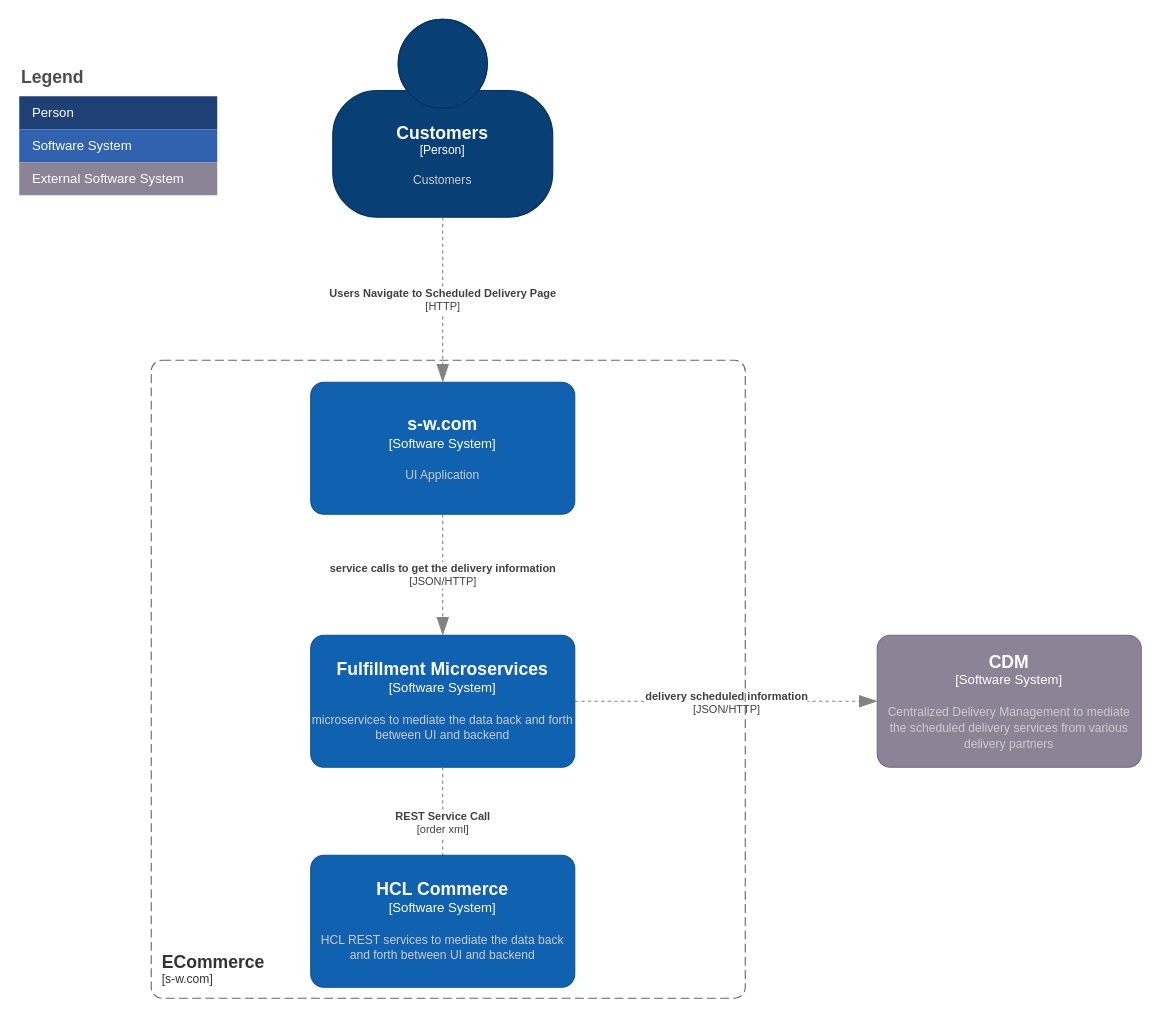
This is Payment Microservice Model Diagram.drawio from mem848/Draw.IO, a draw.io file, before an edit. Source tidied: cells renumbered, new cells numbered last; positions are measured from the earlier drawing's top-left corner, leaving out a move shared by most shapes. Both pictures are drawn from the tidied source at 110%, with x=0, y=0 at pixel (19, 19).
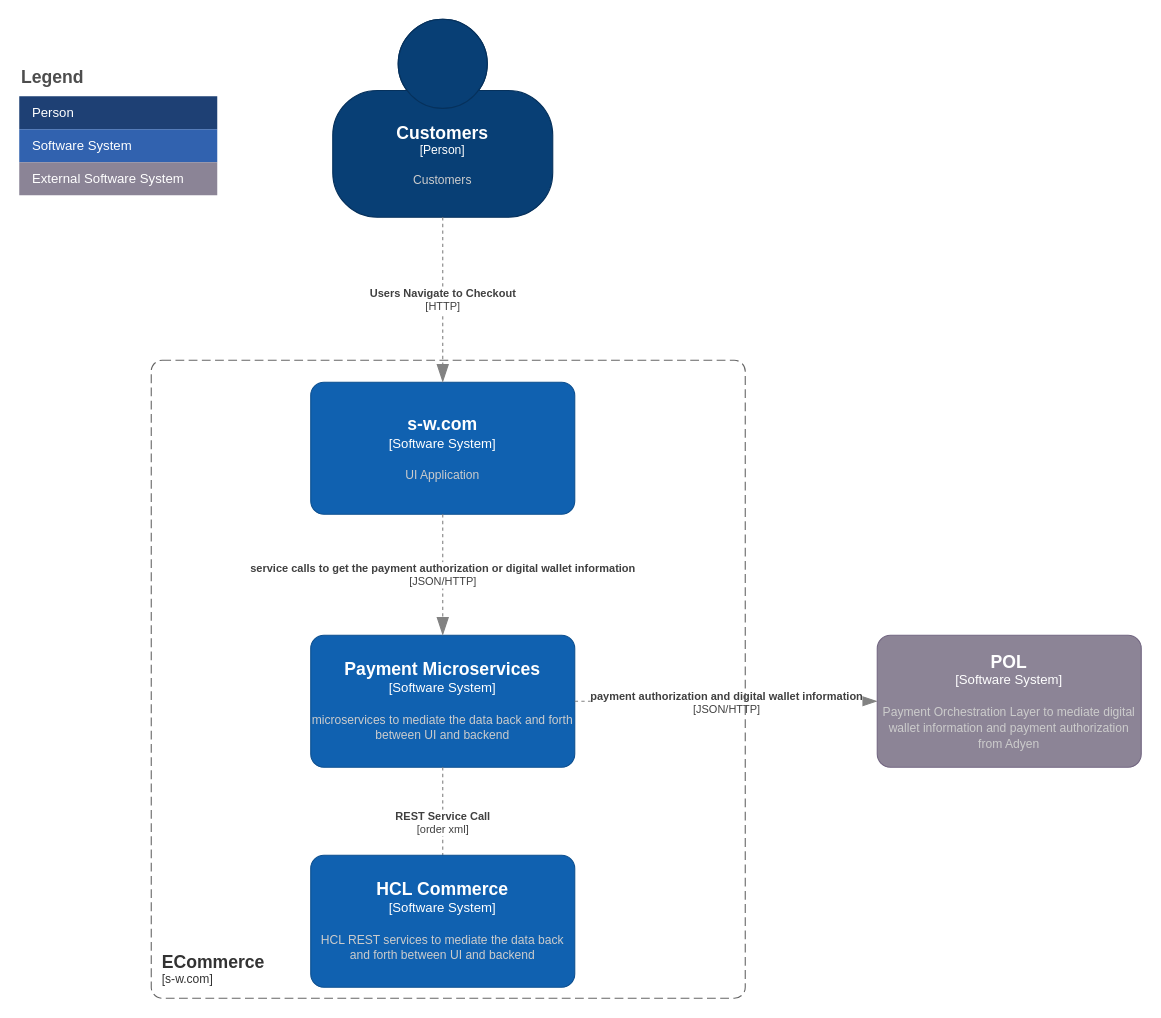
The same diagram, later.

Unchanged cells that the change refers to:
```xml
<object id="2" label="&lt;font style=&quot;font-size: 16px&quot;&gt;&lt;b&gt;%c4Name%&lt;/b&gt;&lt;/font&gt;&lt;div&gt;[%c4Type%]&lt;/div&gt;&lt;br&gt;&lt;div&gt;&lt;font style=&quot;font-size: 11px&quot;&gt;&lt;font color=&quot;#cccccc&quot;&gt;%c4Description%&lt;/font&gt;&lt;/div&gt;" c4Description="Customers" c4Name="Customers" c4Type="Person" placeholders="1">
  <mxCell style="html=1;fontSize=11;dashed=0;whiteSpace=wrap;fillColor=#083F75;strokeColor=#06315C;fontColor=#ffffff;shape=mxgraph.c4.person2;align=center;points=[[0.5,0,0],[1,0.5,0],[1,0.75,0],[0.75,1,0],[0.5,1,0],[0.25,1,0],[0,0.75,0],[0,0.5,0]];" parent="1" vertex="1">
    <mxGeometry x="285" width="200" height="180" as="geometry" />
  </mxCell>
</object>
<object id="3" label="&lt;font style=&quot;font-size: 16px&quot;&gt;&lt;b&gt;%c4Name%&lt;/b&gt;&lt;/font&gt;&lt;div&gt;[%c4Type%]&lt;/div&gt;&lt;br&gt;&lt;div&gt;&lt;font style=&quot;font-size: 11px&quot;&gt;&lt;font color=&quot;#cccccc&quot;&gt;%c4Description%&lt;/font&gt;&lt;/div&gt;" c4Description="UI Application" c4Name="s-w.com" c4Type="Software System" placeholders="1">
  <mxCell style="rounded=1;whiteSpace=wrap;html=1;labelBackgroundColor=none;fillColor=#1061B0;fontColor=#ffffff;align=center;arcSize=10;strokeColor=#0D5091;points=[[0.25,0,0],[0.5,0,0],[0.75,0,0],[1,0.25,0],[1,0.5,0],[1,0.75,0],[0.75,1,0],[0.5,1,0],[0.25,1,0],[0,0.75,0],[0,0.5,0],[0,0.25,0]];" parent="1" vertex="1">
    <mxGeometry x="265" y="330" width="240" height="120" as="geometry" />
  </mxCell>
</object>
```

Change to the diagram source:
```diff
@@
-    <object id="4" label="&lt;font style=&quot;font-size: 16px&quot;&gt;&lt;b&gt;%c4Name%&lt;/b&gt;&lt;/font&gt;&lt;div&gt;[%c4Type%]&lt;/div&gt;&lt;br&gt;&lt;div&gt;&lt;font style=&quot;font-size: 11px&quot;&gt;&lt;font color=&quot;#cccccc&quot;&gt;%c4Description%&lt;/font&gt;&lt;/div&gt;" c4Description="microservices to mediate the data back and forth between UI and backend " c4Name="Fulfillment Microservices" c4Type="Software System" placeholders="1">
+    <object id="4" label="&lt;font style=&quot;font-size: 16px&quot;&gt;&lt;b&gt;%c4Name%&lt;/b&gt;&lt;/font&gt;&lt;div&gt;[%c4Type%]&lt;/div&gt;&lt;br&gt;&lt;div&gt;&lt;font style=&quot;font-size: 11px&quot;&gt;&lt;font color=&quot;#cccccc&quot;&gt;%c4Description%&lt;/font&gt;&lt;/div&gt;" c4Description="microservices to mediate the data back and forth between UI and backend " c4Name="Payment Microservices" c4Type="Software System" placeholders="1">
       <mxCell style="rounded=1;whiteSpace=wrap;html=1;labelBackgroundColor=none;fillColor=#1061B0;fontColor=#ffffff;align=center;arcSize=10;strokeColor=#0D5091;points=[[0.25,0,0],[0.5,0,0],[0.75,0,0],[1,0.25,0],[1,0.5,0],[1,0.75,0],[0.75,1,0],[0.5,1,0],[0.25,1,0],[0,0.75,0],[0,0.5,0],[0,0.25,0]];" parent="1" vertex="1">
         <mxGeometry x="265" y="560" width="240" height="120" as="geometry" />
       </mxCell>
     </object>
-    <object id="5" label="&lt;div style=&quot;text-align: left&quot;&gt;&lt;div style=&quot;text-align: center&quot;&gt;&lt;b&gt;%c4Description%&lt;/b&gt;&lt;/div&gt;&lt;div style=&quot;text-align: center&quot;&gt;[%c4Technology%]&lt;/div&gt;&lt;/div&gt;" c4Description="Users Navigate to Scheduled Delivery Page" c4Technology="HTTP" placeholders="1">
+    <object id="5" label="&lt;div style=&quot;text-align: left&quot;&gt;&lt;div style=&quot;text-align: center&quot;&gt;&lt;b&gt;%c4Description%&lt;/b&gt;&lt;/div&gt;&lt;div style=&quot;text-align: center&quot;&gt;[%c4Technology%]&lt;/div&gt;&lt;/div&gt;" c4Description="Users Navigate to Checkout" c4Technology="HTTP" placeholders="1">
       <mxCell style="endArrow=blockThin;html=1;fontSize=10;fontColor=#404040;strokeWidth=1;endFill=1;strokeColor=#828282;elbow=vertical;endSize=14;startSize=14;jumpStyle=arc;jumpSize=16;rounded=0;edgeStyle=orthogonalEdgeStyle;exitX=0.5;exitY=1;exitDx=0;exitDy=0;exitPerimeter=0;dashed=1;" parent="1" edge="1" source="2" target="3">
         <mxGeometry relative="1" as="geometry" />
       </mxCell>
     </object>
-    <object id="6" label="&lt;div style=&quot;text-align: left&quot;&gt;&lt;div style=&quot;text-align: center&quot;&gt;&lt;b&gt;%c4Description%&lt;/b&gt;&lt;/div&gt;&lt;div style=&quot;text-align: center&quot;&gt;[%c4Technology%]&lt;/div&gt;&lt;/div&gt;" c4Description="service calls to get the delivery information " c4Technology="JSON/HTTP" placeholders="1">
+    <object id="6" label="&lt;div style=&quot;text-align: left&quot;&gt;&lt;div style=&quot;text-align: center&quot;&gt;&lt;b&gt;%c4Description%&lt;/b&gt;&lt;/div&gt;&lt;div style=&quot;text-align: center&quot;&gt;[%c4Technology%]&lt;/div&gt;&lt;/div&gt;" c4Description="service calls to get the payment authorization or digital wallet information " c4Technology="JSON/HTTP" placeholders="1">
       <mxCell style="endArrow=blockThin;html=1;fontSize=10;fontColor=#404040;strokeWidth=1;endFill=1;strokeColor=#828282;elbow=vertical;endSize=14;startSize=14;jumpStyle=arc;jumpSize=16;rounded=0;edgeStyle=orthogonalEdgeStyle;dashed=1;" parent="1" edge="1" source="3">
         <mxGeometry relative="1" as="geometry">
           <mxPoint x="385" y="560" as="targetPoint" />
         </mxGeometry>
       </mxCell>
     </object>
-    <object id="7" label="&lt;div style=&quot;text-align: left&quot;&gt;&lt;div style=&quot;text-align: center&quot;&gt;&lt;b&gt;%c4Description%&lt;/b&gt;&lt;/div&gt;&lt;div style=&quot;text-align: center&quot;&gt;[%c4Technology%]&lt;/div&gt;&lt;/div&gt;" c4Description="delivery scheduled information" c4Technology="JSON/HTTP" placeholders="1">
+    <object id="7" label="&lt;div style=&quot;text-align: left&quot;&gt;&lt;div style=&quot;text-align: center&quot;&gt;&lt;b&gt;%c4Description%&lt;/b&gt;&lt;/div&gt;&lt;div style=&quot;text-align: center&quot;&gt;[%c4Technology%]&lt;/div&gt;&lt;/div&gt;" c4Description="payment authorization and digital wallet information" c4Technology="JSON/HTTP" placeholders="1">
       <mxCell style="endArrow=blockThin;html=1;fontSize=10;fontColor=#404040;strokeWidth=1;endFill=1;strokeColor=#828282;elbow=vertical;endSize=14;startSize=14;jumpStyle=arc;jumpSize=16;rounded=0;edgeStyle=orthogonalEdgeStyle;dashed=1;" parent="1" edge="1" source="4">
         <mxGeometry relative="1" as="geometry">
           <mxPoint x="780" y="620" as="targetPoint" />
         </mxGeometry>
       </mxCell>
     </object>
@@
-    <object id="11" label="&lt;font style=&quot;font-size: 16px&quot;&gt;&lt;b&gt;%c4Name%&lt;/b&gt;&lt;/font&gt;&lt;div&gt;[%c4Type%]&lt;/div&gt;&lt;br&gt;&lt;div&gt;&lt;font style=&quot;font-size: 11px&quot;&gt;&lt;font color=&quot;#cccccc&quot;&gt;%c4Description%&lt;/font&gt;&lt;/div&gt;" c4Description="Centralized Delivery Management to mediate the scheduled delivery services from various delivery partners" c4Name="CDM" c4Type="Software System" placeholders="1">
+    <object id="11" label="&lt;font style=&quot;font-size: 16px&quot;&gt;&lt;b&gt;%c4Name%&lt;/b&gt;&lt;/font&gt;&lt;div&gt;[%c4Type%]&lt;/div&gt;&lt;br&gt;&lt;div&gt;&lt;font style=&quot;font-size: 11px&quot;&gt;&lt;font color=&quot;#cccccc&quot;&gt;%c4Description%&lt;/font&gt;&lt;/div&gt;" c4Description="Payment Orchestration Layer to mediate digital wallet information and payment authorization from Adyen" c4Name="POL" c4Type="Software System" placeholders="1">
       <mxCell style="rounded=1;whiteSpace=wrap;html=1;labelBackgroundColor=none;fillColor=#8C8496;fontColor=#ffffff;align=center;arcSize=10;strokeColor=#736782;" parent="1" vertex="1">
         <mxGeometry x="780" y="560" width="240" height="120" as="geometry" />
       </mxCell>
     </object>
```
